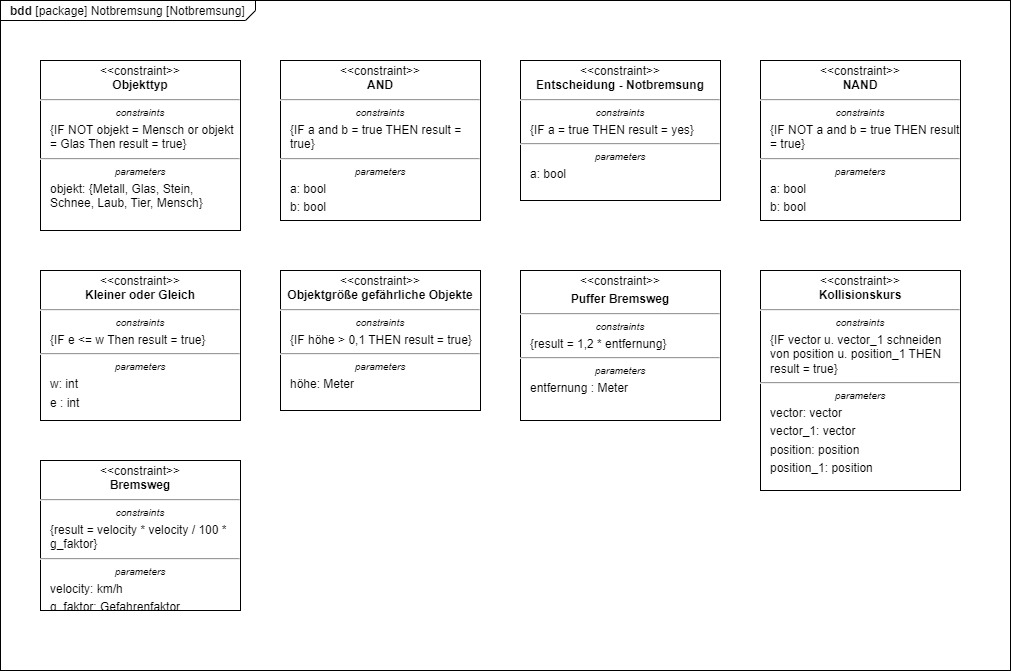
This is bdd-notbremsung.png from agrueneberg/sews2324, a draw.io export, as it was before one commit. Source tidied: cells renumbered, new cells last; positions are measured from the earlier drawing's top-left corner, leaving out a move shared by most shapes.
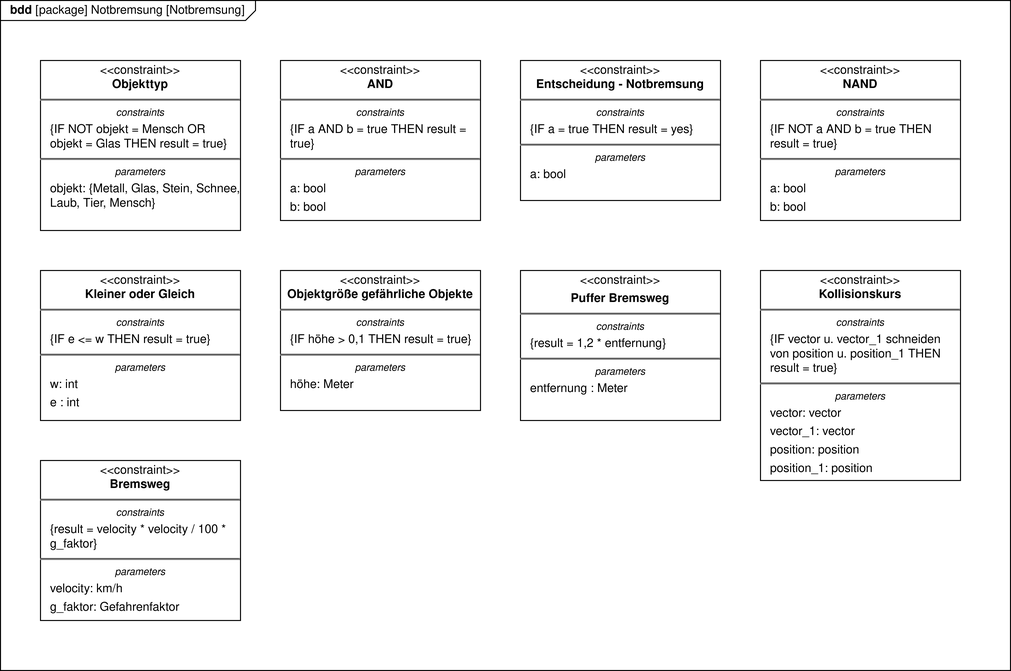
After the commit.

Change to the diagram source:
```diff
@@ -5,31 +5,31 @@
     <mxCell id="2" value="&lt;p style=&quot;margin:0px;margin-top:4px;margin-left:10px;text-align:left;&quot;&gt;&lt;b&gt;bdd&lt;/b&gt;&amp;nbsp;[package] Notbremsung [Notbremsung]&lt;/p&gt;" style="html=1;shape=mxgraph.sysml.package;labelX=255.43;align=left;spacingLeft=10;overflow=fill;" parent="1" vertex="1">
       <mxGeometry width="1010" height="670" as="geometry" />
     </mxCell>
-    <mxCell id="3" value="&lt;p style=&quot;margin: 4px 0px 0px;&quot;&gt;&amp;lt;&amp;lt;constraint&amp;gt;&amp;gt;&lt;br&gt;&lt;b&gt;Objekttyp&lt;/b&gt;&lt;/p&gt;&lt;hr&gt;&lt;p style=&quot;font-size: 10px; margin: 4px 0px 0px;&quot;&gt;&lt;i&gt;constraints&lt;/i&gt;&lt;/p&gt;&lt;p style=&quot;margin: 4px 0px 0px 10px; text-align: left;&quot;&gt;{IF NOT objekt = Mensch or objekt = Glas Then result = true}&lt;br&gt;&lt;/p&gt;&lt;hr&gt;&lt;p style=&quot;font-size: 10px; margin: 4px 0px 0px;&quot;&gt;&lt;i&gt;parameters&lt;/i&gt;&lt;/p&gt;&lt;p style=&quot;margin: 4px 0px 0px 10px; text-align: left;&quot;&gt;objekt: {Metall, Glas, Stein, Schnee, Laub, Tier, Mensch}&lt;/p&gt;" style="shape=rect;html=1;overflow=fill;whiteSpace=wrap;" parent="1" vertex="1">
+    <mxCell id="3" value="&lt;p style=&quot;margin: 4px 0px 0px;&quot;&gt;&amp;lt;&amp;lt;constraint&amp;gt;&amp;gt;&lt;br&gt;&lt;b&gt;Objekttyp&lt;/b&gt;&lt;/p&gt;&lt;hr&gt;&lt;p style=&quot;font-size: 10px; margin: 4px 0px 0px;&quot;&gt;&lt;i&gt;constraints&lt;/i&gt;&lt;/p&gt;&lt;p style=&quot;margin: 4px 0px 0px 10px; text-align: left;&quot;&gt;{IF NOT objekt = Mensch OR objekt = Glas THEN result = true}&lt;br&gt;&lt;/p&gt;&lt;hr&gt;&lt;p style=&quot;font-size: 10px; margin: 4px 0px 0px;&quot;&gt;&lt;i&gt;parameters&lt;/i&gt;&lt;/p&gt;&lt;p style=&quot;margin: 4px 0px 0px 10px; text-align: left;&quot;&gt;objekt: {Metall, Glas, Stein, Schnee, Laub, Tier, Mensch}&lt;/p&gt;" style="shape=rect;html=1;overflow=fill;whiteSpace=wrap;spacing=2;spacingRight=0;" parent="1" vertex="1">
       <mxGeometry x="40" y="60" width="200" height="170" as="geometry" />
     </mxCell>
-    <mxCell id="4" value="&lt;p style=&quot;margin:0px;margin-top:4px;text-align:center;&quot;&gt;&amp;lt;&amp;lt;constraint&amp;gt;&amp;gt;&lt;br&gt;&lt;b&gt;Entscheidung - Notbremsung&lt;/b&gt;&lt;/p&gt;&lt;hr&gt;&lt;p style=&quot;font-size:10px;margin:0px;margin-top:4px;text-align:center;&quot;&gt;&lt;i&gt;constraints&lt;/i&gt;&lt;/p&gt;&lt;p style=&quot;margin:0px;margin-top:4px;margin-left:10px;text-align:left;&quot;&gt;{IF a = true THEN result = yes}&lt;br&gt;&lt;/p&gt;&lt;hr&gt;&lt;p style=&quot;font-size:10px;margin:0px;margin-top:4px;text-align:center;&quot;&gt;&lt;i&gt;parameters&lt;/i&gt;&lt;/p&gt;&lt;p style=&quot;margin:0px;margin-top:4px;margin-left:10px;text-align:left;&quot;&gt;a: bool&lt;/p&gt;" style="shape=rect;html=1;overflow=fill;whiteSpace=wrap;" parent="1" vertex="1">
+    <mxCell id="4" value="&lt;p style=&quot;margin:0px;margin-top:4px;text-align:center;&quot;&gt;&amp;lt;&amp;lt;constraint&amp;gt;&amp;gt;&lt;br&gt;&lt;b&gt;Entscheidung - Notbremsung&lt;/b&gt;&lt;/p&gt;&lt;hr&gt;&lt;p style=&quot;font-size:10px;margin:0px;margin-top:4px;text-align:center;&quot;&gt;&lt;i&gt;constraints&lt;/i&gt;&lt;/p&gt;&lt;p style=&quot;margin:0px;margin-top:4px;margin-left:10px;text-align:left;&quot;&gt;{IF a = true THEN result = yes}&lt;br&gt;&lt;/p&gt;&lt;hr&gt;&lt;p style=&quot;font-size:10px;margin:0px;margin-top:4px;text-align:center;&quot;&gt;&lt;i&gt;parameters&lt;/i&gt;&lt;/p&gt;&lt;p style=&quot;margin:0px;margin-top:4px;margin-left:10px;text-align:left;&quot;&gt;a: bool&lt;/p&gt;" style="shape=rect;html=1;overflow=fill;whiteSpace=wrap;spacing=2;spacingRight=0;" parent="1" vertex="1">
       <mxGeometry x="520" y="60" width="200" height="140" as="geometry" />
     </mxCell>
-    <mxCell id="5" value="&lt;p style=&quot;margin:0px;margin-top:4px;text-align:center;&quot;&gt;&amp;lt;&amp;lt;constraint&amp;gt;&amp;gt;&lt;br&gt;&lt;b&gt;AND&lt;/b&gt;&lt;/p&gt;&lt;hr&gt;&lt;p style=&quot;font-size:10px;margin:0px;margin-top:4px;text-align:center;&quot;&gt;&lt;i&gt;constraints&lt;/i&gt;&lt;/p&gt;&lt;p style=&quot;margin:0px;margin-top:4px;margin-left:10px;text-align:left;&quot;&gt;{IF a and b = true THEN result = true}&lt;br&gt;&lt;/p&gt;&lt;hr&gt;&lt;p style=&quot;font-size:10px;margin:0px;margin-top:4px;text-align:center;&quot;&gt;&lt;i&gt;parameters&lt;/i&gt;&lt;/p&gt;&lt;p style=&quot;margin:0px;margin-top:4px;margin-left:10px;text-align:left;&quot;&gt;a: bool&lt;br&gt;&lt;/p&gt;&lt;p style=&quot;margin:0px;margin-top:4px;margin-left:10px;text-align:left;&quot;&gt;b: bool&lt;br&gt;&lt;/p&gt;" style="shape=rect;html=1;overflow=fill;whiteSpace=wrap;" parent="1" vertex="1">
+    <mxCell id="5" value="&lt;p style=&quot;margin:0px;margin-top:4px;text-align:center;&quot;&gt;&amp;lt;&amp;lt;constraint&amp;gt;&amp;gt;&lt;br&gt;&lt;b&gt;AND&lt;/b&gt;&lt;/p&gt;&lt;hr&gt;&lt;p style=&quot;font-size:10px;margin:0px;margin-top:4px;text-align:center;&quot;&gt;&lt;i&gt;constraints&lt;/i&gt;&lt;/p&gt;&lt;p style=&quot;margin:0px;margin-top:4px;margin-left:10px;text-align:left;&quot;&gt;{IF a AND b = true THEN result = true}&lt;br&gt;&lt;/p&gt;&lt;hr&gt;&lt;p style=&quot;font-size:10px;margin:0px;margin-top:4px;text-align:center;&quot;&gt;&lt;i&gt;parameters&lt;/i&gt;&lt;/p&gt;&lt;p style=&quot;margin:0px;margin-top:4px;margin-left:10px;text-align:left;&quot;&gt;a: bool&lt;br&gt;&lt;/p&gt;&lt;p style=&quot;margin:0px;margin-top:4px;margin-left:10px;text-align:left;&quot;&gt;b: bool&lt;br&gt;&lt;/p&gt;" style="shape=rect;html=1;overflow=fill;whiteSpace=wrap;spacing=2;spacingRight=0;" parent="1" vertex="1">
       <mxGeometry x="280" y="60" width="200" height="160" as="geometry" />
     </mxCell>
-    <mxCell id="6" value="&lt;p style=&quot;margin: 4px 0px 0px;&quot;&gt;&amp;lt;&amp;lt;constraint&amp;gt;&amp;gt;&lt;br&gt;&lt;b&gt;Kollisionskurs&lt;/b&gt;&lt;/p&gt;&lt;hr&gt;&lt;p style=&quot;font-size: 10px; margin: 4px 0px 0px;&quot;&gt;&lt;i&gt;constraints&lt;/i&gt;&lt;/p&gt;&lt;p style=&quot;margin: 4px 0px 0px 10px; text-align: left;&quot;&gt;{IF vector u. vector_1 schneiden von position u. position_1 THEN result = true}&lt;br&gt;&lt;/p&gt;&lt;hr&gt;&lt;p style=&quot;font-size: 10px; margin: 4px 0px 0px;&quot;&gt;&lt;i&gt;parameters&lt;/i&gt;&lt;/p&gt;&lt;p style=&quot;margin: 4px 0px 0px 10px; text-align: left;&quot;&gt;vector: vector&lt;/p&gt;&lt;p style=&quot;margin: 4px 0px 0px 10px; text-align: left;&quot;&gt;vector_1: vector&lt;/p&gt;&lt;p style=&quot;margin: 4px 0px 0px 10px; text-align: left;&quot;&gt;position: position&lt;/p&gt;&lt;p style=&quot;margin: 4px 0px 0px 10px; text-align: left;&quot;&gt;position_1: position&lt;/p&gt;" style="shape=rect;html=1;overflow=fill;whiteSpace=wrap;" parent="1" vertex="1">
-      <mxGeometry x="760" y="270" width="200" height="220" as="geometry" />
+    <mxCell id="6" value="&lt;p style=&quot;margin: 4px 0px 0px;&quot;&gt;&amp;lt;&amp;lt;constraint&amp;gt;&amp;gt;&lt;br&gt;&lt;b&gt;Kollisionskurs&lt;/b&gt;&lt;/p&gt;&lt;hr&gt;&lt;p style=&quot;font-size: 10px; margin: 4px 0px 0px;&quot;&gt;&lt;i&gt;constraints&lt;/i&gt;&lt;/p&gt;&lt;p style=&quot;margin: 4px 0px 0px 10px; text-align: left;&quot;&gt;{IF vector u. vector_1 schneiden von position u. position_1 THEN result = true}&lt;br&gt;&lt;/p&gt;&lt;hr&gt;&lt;p style=&quot;font-size: 10px; margin: 4px 0px 0px;&quot;&gt;&lt;i&gt;parameters&lt;/i&gt;&lt;/p&gt;&lt;p style=&quot;margin: 4px 0px 0px 10px; text-align: left;&quot;&gt;vector: vector&lt;/p&gt;&lt;p style=&quot;margin: 4px 0px 0px 10px; text-align: left;&quot;&gt;vector_1: vector&lt;/p&gt;&lt;p style=&quot;margin: 4px 0px 0px 10px; text-align: left;&quot;&gt;position: position&lt;/p&gt;&lt;p style=&quot;margin: 4px 0px 0px 10px; text-align: left;&quot;&gt;position_1: position&lt;/p&gt;" style="shape=rect;html=1;overflow=fill;whiteSpace=wrap;spacing=2;spacingRight=0;" parent="1" vertex="1">
+      <mxGeometry x="760" y="270" width="200" height="210" as="geometry" />
     </mxCell>
-    <mxCell id="7" value="&lt;p style=&quot;margin: 4px 0px 0px;&quot;&gt;&amp;lt;&amp;lt;constraint&amp;gt;&amp;gt;&lt;br&gt;&lt;b&gt;Bremsweg&lt;/b&gt;&lt;/p&gt;&lt;hr&gt;&lt;p style=&quot;font-size: 10px; margin: 4px 0px 0px;&quot;&gt;&lt;i&gt;constraints&lt;/i&gt;&lt;/p&gt;&lt;p style=&quot;margin: 4px 0px 0px 10px; text-align: left;&quot;&gt;{result = velocity * velocity / 100 * g_faktor}&lt;br&gt;&lt;/p&gt;&lt;hr&gt;&lt;p style=&quot;font-size: 10px; margin: 4px 0px 0px;&quot;&gt;&lt;i&gt;parameters&lt;/i&gt;&lt;/p&gt;&lt;p style=&quot;margin: 4px 0px 0px 10px; text-align: left;&quot;&gt;velocity: km/h&lt;/p&gt;&lt;p style=&quot;margin: 4px 0px 0px 10px; text-align: left;&quot;&gt;g_faktor: Gefahrenfaktor&lt;br&gt;&lt;/p&gt;" style="shape=rect;html=1;overflow=fill;whiteSpace=wrap;" parent="1" vertex="1">
-      <mxGeometry x="40" y="460" width="200" height="150" as="geometry" />
+    <mxCell id="7" value="&lt;p style=&quot;margin: 4px 0px 0px;&quot;&gt;&amp;lt;&amp;lt;constraint&amp;gt;&amp;gt;&lt;br&gt;&lt;b&gt;Bremsweg&lt;/b&gt;&lt;/p&gt;&lt;hr&gt;&lt;p style=&quot;font-size: 10px; margin: 4px 0px 0px;&quot;&gt;&lt;i&gt;constraints&lt;/i&gt;&lt;/p&gt;&lt;p style=&quot;margin: 4px 0px 0px 10px; text-align: left;&quot;&gt;{result = velocity * velocity / 100 * g_faktor}&lt;br&gt;&lt;/p&gt;&lt;hr&gt;&lt;p style=&quot;font-size: 10px; margin: 4px 0px 0px;&quot;&gt;&lt;i&gt;parameters&lt;/i&gt;&lt;/p&gt;&lt;p style=&quot;margin: 4px 0px 0px 10px; text-align: left;&quot;&gt;velocity: km/h&lt;/p&gt;&lt;p style=&quot;margin: 4px 0px 0px 10px; text-align: left;&quot;&gt;g_faktor: Gefahrenfaktor&lt;br&gt;&lt;/p&gt;" style="shape=rect;html=1;overflow=fill;whiteSpace=wrap;spacing=2;spacingRight=0;" parent="1" vertex="1">
+      <mxGeometry x="40" y="460" width="200" height="160" as="geometry" />
     </mxCell>
-    <mxCell id="8" value="&lt;p style=&quot;margin:0px;margin-top:4px;text-align:center;&quot;&gt;&amp;lt;&amp;lt;constraint&amp;gt;&amp;gt;&lt;br&gt;&lt;b&gt;Objektgröße gefährliche Objekte&lt;/b&gt;&lt;/p&gt;&lt;hr&gt;&lt;p style=&quot;font-size:10px;margin:0px;margin-top:4px;text-align:center;&quot;&gt;&lt;i&gt;constraints&lt;/i&gt;&lt;/p&gt;&lt;p style=&quot;margin:0px;margin-top:4px;margin-left:10px;text-align:left;&quot;&gt;{IF höhe &amp;gt; 0,1 THEN result = true}&lt;br&gt;&lt;/p&gt;&lt;hr&gt;&lt;p style=&quot;font-size:10px;margin:0px;margin-top:4px;text-align:center;&quot;&gt;&lt;i&gt;parameters&lt;/i&gt;&lt;/p&gt;&lt;p style=&quot;margin:0px;margin-top:4px;margin-left:10px;text-align:left;&quot;&gt;höhe: Meter&lt;br&gt;&lt;/p&gt;" style="shape=rect;html=1;overflow=fill;whiteSpace=wrap;" parent="1" vertex="1">
+    <mxCell id="8" value="&lt;p style=&quot;margin:0px;margin-top:4px;text-align:center;&quot;&gt;&amp;lt;&amp;lt;constraint&amp;gt;&amp;gt;&lt;br&gt;&lt;b&gt;Objektgröße gefährliche Objekte&lt;/b&gt;&lt;/p&gt;&lt;hr&gt;&lt;p style=&quot;font-size:10px;margin:0px;margin-top:4px;text-align:center;&quot;&gt;&lt;i&gt;constraints&lt;/i&gt;&lt;/p&gt;&lt;p style=&quot;margin:0px;margin-top:4px;margin-left:10px;text-align:left;&quot;&gt;{IF höhe &amp;gt; 0,1 THEN result = true}&lt;br&gt;&lt;/p&gt;&lt;hr&gt;&lt;p style=&quot;font-size:10px;margin:0px;margin-top:4px;text-align:center;&quot;&gt;&lt;i&gt;parameters&lt;/i&gt;&lt;/p&gt;&lt;p style=&quot;margin:0px;margin-top:4px;margin-left:10px;text-align:left;&quot;&gt;höhe: Meter&lt;br&gt;&lt;/p&gt;" style="shape=rect;html=1;overflow=fill;whiteSpace=wrap;spacing=2;spacingRight=0;" parent="1" vertex="1">
       <mxGeometry x="280" y="270" width="200" height="140" as="geometry" />
     </mxCell>
-    <mxCell id="9" value="&lt;p style=&quot;margin: 4px 0px 0px;&quot;&gt;&amp;lt;&amp;lt;constraint&amp;gt;&amp;gt;&lt;/p&gt;&lt;p style=&quot;margin: 4px 0px 0px;&quot;&gt;&lt;b&gt;Puffer Bremsweg&lt;/b&gt;&lt;br&gt;&lt;/p&gt;&lt;hr&gt;&lt;p style=&quot;font-size: 10px; margin: 4px 0px 0px;&quot;&gt;&lt;i&gt;constraints&lt;/i&gt;&lt;/p&gt;&lt;p style=&quot;margin: 4px 0px 0px 10px; text-align: left;&quot;&gt;{result = 1,2 * entfernung}&lt;br&gt;&lt;/p&gt;&lt;hr&gt;&lt;p style=&quot;font-size: 10px; margin: 4px 0px 0px;&quot;&gt;&lt;i&gt;parameters&lt;/i&gt;&lt;/p&gt;&lt;p style=&quot;margin: 4px 0px 0px 10px; text-align: left;&quot;&gt;entfernung : Meter&lt;/p&gt;" style="shape=rect;html=1;overflow=fill;whiteSpace=wrap;" parent="1" vertex="1">
+    <mxCell id="9" value="&lt;p style=&quot;margin: 4px 0px 0px;&quot;&gt;&amp;lt;&amp;lt;constraint&amp;gt;&amp;gt;&lt;/p&gt;&lt;p style=&quot;margin: 4px 0px 0px;&quot;&gt;&lt;b&gt;Puffer Bremsweg&lt;/b&gt;&lt;br&gt;&lt;/p&gt;&lt;hr&gt;&lt;p style=&quot;font-size: 10px; margin: 4px 0px 0px;&quot;&gt;&lt;i&gt;constraints&lt;/i&gt;&lt;/p&gt;&lt;p style=&quot;margin: 4px 0px 0px 10px; text-align: left;&quot;&gt;{result = 1,2 * entfernung}&lt;br&gt;&lt;/p&gt;&lt;hr&gt;&lt;p style=&quot;font-size: 10px; margin: 4px 0px 0px;&quot;&gt;&lt;i&gt;parameters&lt;/i&gt;&lt;/p&gt;&lt;p style=&quot;margin: 4px 0px 0px 10px; text-align: left;&quot;&gt;entfernung : Meter&lt;/p&gt;" style="shape=rect;html=1;overflow=fill;whiteSpace=wrap;spacing=2;spacingRight=0;" parent="1" vertex="1">
       <mxGeometry x="520" y="270" width="200" height="150" as="geometry" />
     </mxCell>
-    <mxCell id="10" value="&lt;p style=&quot;margin: 4px 0px 0px;&quot;&gt;&amp;lt;&amp;lt;constraint&amp;gt;&amp;gt;&lt;br&gt;&lt;b&gt;Kleiner oder Gleich&lt;/b&gt;&lt;br&gt;&lt;/p&gt;&lt;hr&gt;&lt;p style=&quot;font-size: 10px; margin: 4px 0px 0px;&quot;&gt;&lt;i&gt;constraints&lt;/i&gt;&lt;/p&gt;&lt;p style=&quot;margin: 4px 0px 0px 10px; text-align: left;&quot;&gt;{IF e &amp;lt;= w Then result = true}&lt;br&gt;&lt;/p&gt;&lt;hr&gt;&lt;p style=&quot;font-size: 10px; margin: 4px 0px 0px;&quot;&gt;&lt;i&gt;parameters&lt;/i&gt;&lt;/p&gt;&lt;p style=&quot;margin: 4px 0px 0px 10px; text-align: left;&quot;&gt;w: int&lt;/p&gt;&lt;p style=&quot;margin: 4px 0px 0px 10px; text-align: left;&quot;&gt;e : int&lt;/p&gt;" style="shape=rect;html=1;overflow=fill;whiteSpace=wrap;" parent="1" vertex="1">
+    <mxCell id="10" value="&lt;p style=&quot;margin: 4px 0px 0px;&quot;&gt;&amp;lt;&amp;lt;constraint&amp;gt;&amp;gt;&lt;br&gt;&lt;b&gt;Kleiner oder Gleich&lt;/b&gt;&lt;br&gt;&lt;/p&gt;&lt;hr&gt;&lt;p style=&quot;font-size: 10px; margin: 4px 0px 0px;&quot;&gt;&lt;i&gt;constraints&lt;/i&gt;&lt;/p&gt;&lt;p style=&quot;margin: 4px 0px 0px 10px; text-align: left;&quot;&gt;{IF e &amp;lt;= w THEN result = true}&lt;br&gt;&lt;/p&gt;&lt;hr&gt;&lt;p style=&quot;font-size: 10px; margin: 4px 0px 0px;&quot;&gt;&lt;i&gt;parameters&lt;/i&gt;&lt;/p&gt;&lt;p style=&quot;margin: 4px 0px 0px 10px; text-align: left;&quot;&gt;w: int&lt;/p&gt;&lt;p style=&quot;margin: 4px 0px 0px 10px; text-align: left;&quot;&gt;e : int&lt;/p&gt;" style="shape=rect;html=1;overflow=fill;whiteSpace=wrap;spacing=2;spacingRight=0;" parent="1" vertex="1">
       <mxGeometry x="40" y="270" width="200" height="150" as="geometry" />
     </mxCell>
-    <mxCell id="11" value="&lt;p style=&quot;margin:0px;margin-top:4px;text-align:center;&quot;&gt;&amp;lt;&amp;lt;constraint&amp;gt;&amp;gt;&lt;br&gt;&lt;b&gt;NAND&lt;/b&gt;&lt;/p&gt;&lt;hr&gt;&lt;p style=&quot;font-size:10px;margin:0px;margin-top:4px;text-align:center;&quot;&gt;&lt;i&gt;constraints&lt;/i&gt;&lt;/p&gt;&lt;p style=&quot;margin:0px;margin-top:4px;margin-left:10px;text-align:left;&quot;&gt;{IF NOT a and b = true THEN result = true}&lt;br&gt;&lt;/p&gt;&lt;hr&gt;&lt;p style=&quot;font-size:10px;margin:0px;margin-top:4px;text-align:center;&quot;&gt;&lt;i&gt;parameters&lt;/i&gt;&lt;/p&gt;&lt;p style=&quot;margin:0px;margin-top:4px;margin-left:10px;text-align:left;&quot;&gt;a: bool&lt;br&gt;&lt;/p&gt;&lt;p style=&quot;margin:0px;margin-top:4px;margin-left:10px;text-align:left;&quot;&gt;b: bool&lt;br&gt;&lt;/p&gt;" style="shape=rect;html=1;overflow=fill;whiteSpace=wrap;" parent="1" vertex="1">
+    <mxCell id="11" value="&lt;p style=&quot;margin:0px;margin-top:4px;text-align:center;&quot;&gt;&amp;lt;&amp;lt;constraint&amp;gt;&amp;gt;&lt;br&gt;&lt;b&gt;NAND&lt;/b&gt;&lt;/p&gt;&lt;hr&gt;&lt;p style=&quot;font-size:10px;margin:0px;margin-top:4px;text-align:center;&quot;&gt;&lt;i&gt;constraints&lt;/i&gt;&lt;/p&gt;&lt;p style=&quot;margin:0px;margin-top:4px;margin-left:10px;text-align:left;&quot;&gt;{IF NOT a AND b = true THEN result = true}&lt;br&gt;&lt;/p&gt;&lt;hr&gt;&lt;p style=&quot;font-size:10px;margin:0px;margin-top:4px;text-align:center;&quot;&gt;&lt;i&gt;parameters&lt;/i&gt;&lt;/p&gt;&lt;p style=&quot;margin:0px;margin-top:4px;margin-left:10px;text-align:left;&quot;&gt;a: bool&lt;br&gt;&lt;/p&gt;&lt;p style=&quot;margin:0px;margin-top:4px;margin-left:10px;text-align:left;&quot;&gt;b: bool&lt;br&gt;&lt;/p&gt;" style="shape=rect;html=1;overflow=fill;whiteSpace=wrap;spacing=2;spacingRight=0;" parent="1" vertex="1">
       <mxGeometry x="760" y="60" width="200" height="160" as="geometry" />
     </mxCell>
   </root>
```
